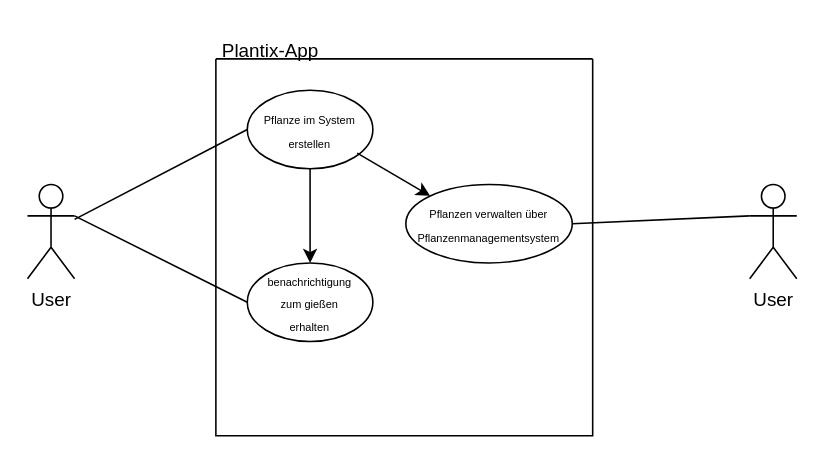
The draw.io diagram usecase.drawio in kadsendino/drawio, before the edit. Source tidied: cells renumbered, new cells numbered last; positions are measured from the earlier drawing's top-left corner, leaving out a move shared by most shapes. Both pictures are drawn from the tidied source at 157%, with x=0, y=0 at pixel (27, 27).
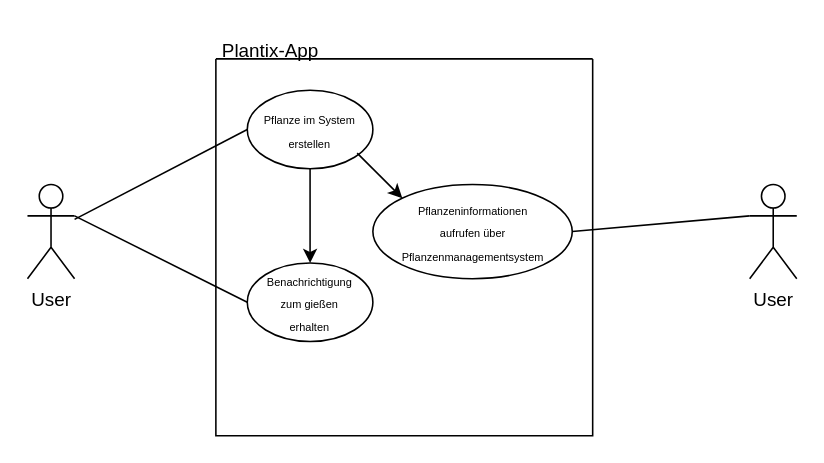
The same page after the edit.

The edit, as a diff of the source:
```diff
@@
 <mxGraphModel>
   <root>
     <mxCell id="0" />
     <mxCell id="1" parent="0" />
     <mxCell id="2" value="User" style="shape=umlActor;verticalLabelPosition=bottom;verticalAlign=top;html=1;outlineConnect=0;" parent="1" vertex="1">
       <mxGeometry y="100" width="30" height="60" as="geometry" />
     </mxCell>
     <mxCell id="3" style="swimlane;startSize=0;" parent="1" vertex="1">
       <mxGeometry x="120" y="20" width="240" height="240" as="geometry" />
     </mxCell>
     <mxCell id="4" style="ellipse;whiteSpace=wrap;html=1;" parent="3" vertex="1">
       <mxGeometry x="20" y="20" width="80" height="50" as="geometry" />
     </mxCell>
     <mxCell id="5" value="&lt;font style=&quot;font-size: 7px;&quot;&gt;Pflanze im System erstellen&lt;br&gt;&lt;/font&gt;" style="text;html=1;align=center;verticalAlign=middle;whiteSpace=wrap;rounded=0;" parent="3" vertex="1">
       <mxGeometry x="30" y="30" width="60" height="30" as="geometry" />
     </mxCell>
     <mxCell id="6" style="ellipse;whiteSpace=wrap;html=1;" parent="3" vertex="1">
       <mxGeometry x="20" y="130" width="80" height="50" as="geometry" />
     </mxCell>
-    <mxCell id="7" value="&lt;font style=&quot;font-size: 7px;&quot;&gt;benachrichtigung zum gießen erhalten&lt;/font&gt;" style="text;html=1;align=center;verticalAlign=middle;whiteSpace=wrap;rounded=0;" parent="3" vertex="1">
+    <mxCell id="7" value="&lt;font style=&quot;font-size: 7px;&quot;&gt;Benachrichtigung zum gießen erhalten&lt;/font&gt;" style="text;html=1;align=center;verticalAlign=middle;whiteSpace=wrap;rounded=0;" parent="3" vertex="1">
       <mxGeometry x="30" y="140" width="60" height="30" as="geometry" />
     </mxCell>
     <mxCell id="8" style="endArrow=classic;html=1;rounded=0;entryX=0.5;entryY=0;entryDx=0;entryDy=0;exitX=0.5;exitY=1;exitDx=0;exitDy=0;" parent="3" edge="1" source="4" target="6">
       <mxGeometry relative="1" as="geometry" />
     </mxCell>
     <mxCell id="9" style="ellipse;whiteSpace=wrap;html=1;" parent="3" vertex="1">
-      <mxGeometry x="121" y="80" width="106" height="50" as="geometry" />
+      <mxGeometry x="100" y="80" width="127" height="60" as="geometry" />
     </mxCell>
-    <mxCell id="10" value="&lt;font style=&quot;font-size: 7px;&quot;&gt;Pflanzen verwalten über Pflanzenmanagementsystem&lt;/font&gt;" style="text;html=1;align=center;verticalAlign=middle;whiteSpace=wrap;rounded=0;" parent="3" vertex="1">
-      <mxGeometry x="144" y="90" width="60" height="30" as="geometry" />
+    <mxCell id="10" value="&lt;font style=&quot;font-size: 7px;&quot;&gt;Pflanzeninformationen aufrufen über Pflanzenmanagementsystem&lt;/font&gt;" style="text;html=1;align=center;verticalAlign=middle;whiteSpace=wrap;rounded=0;" parent="3" vertex="1">
+      <mxGeometry x="133.5" y="95" width="60" height="30" as="geometry" />
     </mxCell>
     <mxCell id="11" style="endArrow=classic;html=1;rounded=0;entryX=0;entryY=0;entryDx=0;entryDy=0;exitX=0.5;exitY=1;exitDx=0;exitDy=0;" parent="3" edge="1" target="9">
       <mxGeometry relative="1" as="geometry">
         <mxPoint x="90" y="60" as="sourcePoint" />
       </mxGeometry>
     </mxCell>
     <mxCell id="12" value="Plantix-App" style="text;html=1;align=center;verticalAlign=middle;whiteSpace=wrap;rounded=0;" parent="1" vertex="1">
       <mxGeometry x="100" width="110" height="30" as="geometry" />
     </mxCell>
     <mxCell id="13" style="endArrow=none;html=1;rounded=0;entryX=0;entryY=0.5;entryDx=0;entryDy=0;" parent="1" edge="1" source="2" target="4">
       <mxGeometry relative="1" as="geometry" />
     </mxCell>
     <mxCell id="14" style="endArrow=none;html=1;rounded=0;entryX=0;entryY=0.5;entryDx=0;entryDy=0;" parent="1" edge="1" target="6">
       <mxGeometry relative="1" as="geometry">
         <mxPoint x="30" y="120" as="sourcePoint" />
       </mxGeometry>
     </mxCell>
     <mxCell id="15" value="User" style="shape=umlActor;verticalLabelPosition=bottom;verticalAlign=top;html=1;" parent="1" vertex="1">
       <mxGeometry x="460" y="100" width="30" height="60" as="geometry" />
     </mxCell>
     <mxCell id="16" style="endArrow=none;html=1;rounded=0;entryX=0;entryY=0.5;entryDx=0;entryDy=0;exitX=1;exitY=0.5;exitDx=0;exitDy=0;" parent="1" edge="1" source="9">
       <mxGeometry relative="1" as="geometry">
         <mxPoint x="460" y="120" as="targetPoint" />
       </mxGeometry>
     </mxCell>
   </root>
 </mxGraphModel>
```
